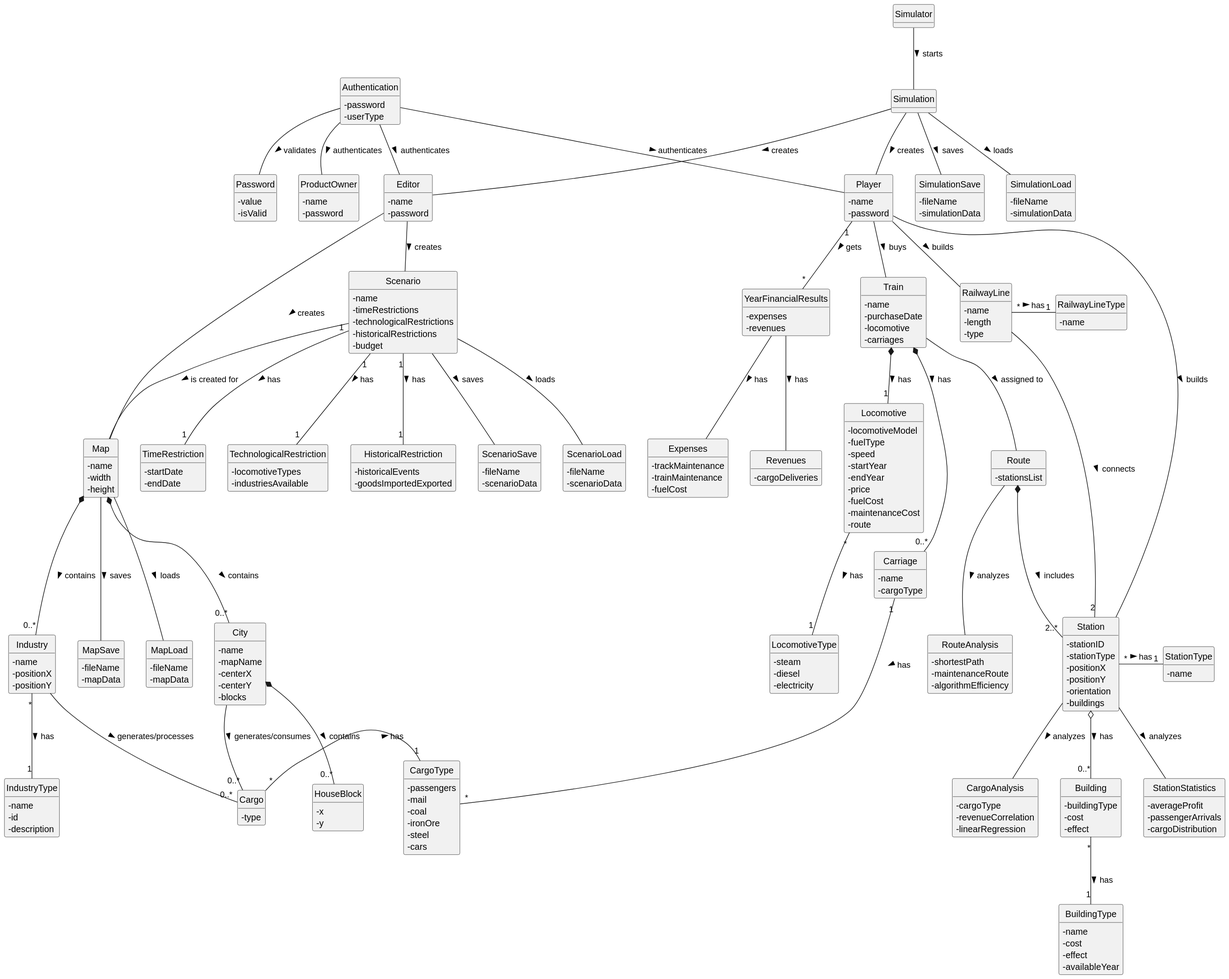
The PlantUML diagram docs/sprint3/global-artifacts/02.analysis/svg/project-domain-model.svg in ivasduarte/all-aboard, before a commit. Its diagram source:
```plantuml
@startuml
skinparam classAttributeIconSize 0
skinparam monochrome true
skinparam packageStyle rectangle
skinparam shadowing false

hide circle
hide methods

class Authentication {
    - password
    - userType
}

class Password {
    - value
    - isValid
}

class Editor {
    - name
    - password
}

class Player {
    - name
    - password
}

class ProductOwner {
    - name
    - password
}

class Simulator {
}

class Simulation {
}

class SimulationSave {
    - fileName
    - simulationData
}

class SimulationLoad {
    - fileName
    - simulationData
}

class MapSave {
    - fileName
    - mapData
}

class MapLoad {
    - fileName
    - mapData
}

class ScenarioSave {
    - fileName
    - scenarioData
}

class ScenarioLoad {
    - fileName
    - scenarioData
}

class Map {
    - name
    - width
    - height
}

class City {
    - name
    - mapName
    - centerX
    - centerY
    - blocks
}

class HouseBlock {
    - x
    - y
}

class Industry {
    - name
    - positionX
    - positionY
}

class IndustryType {
    - name
    - id
    - description
}

class Scenario {
    - name
    - timeRestrictions
    - technologicalRestrictions
    - historicalRestrictions
    - budget
}

class TimeRestriction {
    - startDate
    - endDate
}

class TechnologicalRestriction {
    - locomotiveTypes
    - industriesAvailable
}

class HistoricalRestriction {
    - historicalEvents
    - goodsImportedExported
}

class Station {
    - stationID
    - stationType
    - positionX
    - positionY
    - orientation
    - buildings
}

class StationType {
    - name
}

class Building {
    - buildingType
    - cost
    - effect
}

class BuildingType {
    - name
    - cost
    - effect
    - availableYear
}

class Cargo {
    - type
}

class CargoType {
    - passengers
    - mail
    - coal
    - ironOre
    - steel
    - cars
}

class Route {
    - stationsList
}

class RailwayLine {
    - name
    - length
    - type
}

class RailwayLineType {
    - name
}

class Train {
    - name
    - purchaseDate
    - locomotive
    - carriages
}

class Locomotive {
    - locomotiveModel
    - fuelType
    - speed
    - startYear
    - endYear
    - price
    - fuelCost
    - maintenanceCost
    - route
}

class LocomotiveType {
    - steam
    - diesel
    - electricity
}

class Carriage {
    - name
    - cargoType
}

class YearFinancialResults {
    - expenses
    - revenues
}

class Expenses {
    - trackMaintenance
    - trainMaintenance
    - fuelCost
}

class Revenues {
    - cargoDeliveries
}

class StationStatistics {
    - averageProfit
    - passengerArrivals
    - cargoDistribution
}

class CargoAnalysis {
    - cargoType
    - revenueCorrelation
    - linearRegression
}

class RouteAnalysis {
    - shortestPath
    - maintenanceRoute
    - algorithmEfficiency
}

Authentication -- Password : validates >
Authentication -- Editor : authenticates >
Authentication -- Player : authenticates >
Authentication -- ProductOwner : authenticates >

Simulator -- Simulation : starts >

Editor -- Map : creates >
Editor -- Scenario : creates >
Map *-- "0..*" City : contains >
Map *-- "0..*" Industry : contains >
Scenario -- Map : is created for >

City *-- "0..*" HouseBlock : contains >

Station o-- "0..*" Building : has >
Building "*" -- "1" BuildingType : has >

RailwayLine -- "2" Station : connects >

Player -- Station : builds >
Player -- RailwayLine : builds >
Player -- Train : buys >
Player "1" -- "*" YearFinancialResults : gets >

YearFinancialResults -- Expenses : has >
YearFinancialResults -- Revenues : has >

Simulation -- Player: creates >
Simulation -- Editor: creates >

Train *-- "1" Locomotive : has >
Locomotive "*" -- "1" LocomotiveType : has >
Carriage "1" - "*" CargoType : has >
Train *-- "0..*" Carriage : has >
Train -- Route : assigned to >
Route *-- "2..*" Station : includes >

City -- "0..*" Cargo : generates/consumes >
Industry -- "0..*" Cargo : generates/processes >

Cargo "*" - "1" CargoType : has >

Scenario "1" -- "1" TimeRestriction : has >
Scenario "1" -- "1" TechnologicalRestriction : has >
Scenario "1" -- "1" HistoricalRestriction : has >

Industry "*" -- "1" IndustryType : has >
Station "*" - "1" StationType : has >
RailwayLine "*" - "1" RailwayLineType : has >

Simulation -- SimulationSave : saves >
Simulation -- SimulationLoad : loads >
Map -- MapSave : saves >
Map -- MapLoad : loads >
Scenario -- ScenarioSave : saves >
Scenario -- ScenarioLoad : loads >

Station -- StationStatistics : analyzes >
Station -- CargoAnalysis : analyzes >
Route -- RouteAnalysis : analyzes >
@enduml
```
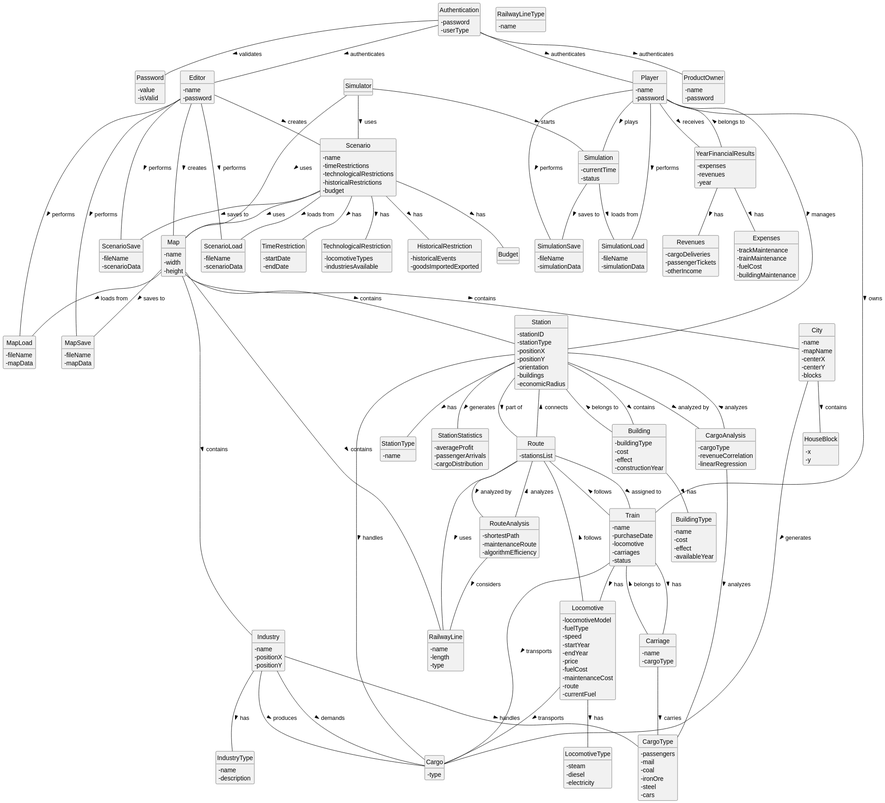
The same file after the commit.

Commit message:
(docs): updated project domain model

Change to the diagram source:
```diff
@@ -10,32 +10,53 @@
 class Authentication {
     - password
     - userType
+    + validateUser()
+    + authenticate()
 }
 
 class Password {
     - value
     - isValid
+    + validate()
+    + encrypt()
 }
 
 class Editor {
     - name
     - password
+    + createMap()
+    + createScenario()
+    + saveMap()
+    + loadMap()
 }
 
 class Player {
     - name
     - password
+    + playSimulation()
+    + saveSimulation()
+    + loadSimulation()
 }
 
 class ProductOwner {
     - name
     - password
+    + definePriorities()
+    + validateRequirements()
 }
 
 class Simulator {
+    + startSimulation()
+    + pauseSimulation()
+    + stopSimulation()
 }
 
 class Simulation {
+    - currentTime
+    - status
+    + update()
+    + saveState()
+    + loadState()
 }
 
 class SimulationSave {
@@ -95,7 +116,6 @@
 
 class IndustryType {
     - name
-    - id
     - description
 }
 
@@ -129,6 +149,9 @@
     - positionY
     - orientation
     - buildings
+    - economicRadius
+    + calculateStatistics()
+    + updateCargoDistribution()
 }
 
 class StationType {
@@ -139,6 +162,9 @@
     - buildingType
     - cost
     - effect
+    - constructionYear
+    + calculateMaintenanceCost()
+    + applyEffect()
 }
 
 class BuildingType {
@@ -180,6 +206,9 @@
     - purchaseDate
     - locomotive
     - carriages
+    - status
+    + calculateMaintenanceCost()
+    + updatePosition()
 }
 
 class Locomotive {
@@ -192,6 +221,9 @@
     - fuelCost
     - maintenanceCost
     - route
+    - currentFuel
+    + calculateFuelConsumption()
+    + checkMaintenance()
 }
 
 class LocomotiveType {
@@ -208,16 +240,24 @@
 class YearFinancialResults {
     - expenses
     - revenues
+    - year
+    + calculateProfit()
+    + generateReport()
 }
 
 class Expenses {
     - trackMaintenance
     - trainMaintenance
     - fuelCost
+    - buildingMaintenance
+    + calculateTotal()
 }
 
 class Revenues {
     - cargoDeliveries
+    - passengerTickets
+    - otherIncome
+    + calculateTotal()
 }
 
 class StationStatistics {
@@ -244,59 +284,82 @@
 Authentication -- ProductOwner : authenticates >
 
 Simulator -- Simulation : starts >
+Simulator -- Map : uses >
+Simulator -- Scenario : uses >
 
 Editor -- Map : creates >
 Editor -- Scenario : creates >
-Map *-- "0..*" City : contains >
-Map *-- "0..*" Industry : contains >
-Scenario -- Map : is created for >
+Editor -- MapSave : performs >
+Editor -- MapLoad : performs >
+Editor -- ScenarioSave : performs >
+Editor -- ScenarioLoad : performs >
 
-City *-- "0..*" HouseBlock : contains >
+Player -- Simulation : plays >
+Player -- SimulationSave : performs >
+Player -- SimulationLoad : performs >
+Player -- Train : owns >
+Player -- Station : manages >
+Player -- YearFinancialResults : receives >
 
-Station o-- "0..*" Building : has >
-Building "*" -- "1" BuildingType : has >
+Map -- City : contains >
+Map -- Industry : contains >
+Map -- Station : contains >
+Map -- RailwayLine : contains >
 
-RailwayLine -- "2" Station : connects >
+City -- HouseBlock : contains >
+City -- Cargo : generates >
 
-Player -- Station : builds >
-Player -- RailwayLine : builds >
-Player -- Train : buys >
-Player "1" -- "*" YearFinancialResults : gets >
+Industry -- IndustryType : has >
+Industry -- Cargo : produces >
+Industry -- Cargo : demands >
+Industry -- CargoType : handles >
+
+Scenario -- TimeRestriction : has >
+Scenario -- TechnologicalRestriction : has >
+Scenario -- HistoricalRestriction : has >
+Scenario -- Budget : has >
+Scenario -- Map : uses >
+
+Station -- StationType : has >
+Station -- Building : contains >
+Station -- Cargo : handles >
+Station -- StationStatistics : generates >
+Station -- CargoAnalysis : analyzed by >
+Station -- Route : part of >
+
+Building -- BuildingType : has >
+Building -- Station : belongs to >
+
+Route -- Station : connects >
+Route -- RailwayLine : uses >
+Route -- RouteAnalysis : analyzed by >
+Route -- Train : assigned to >
+
+Train -- Locomotive : has >
+Train -- Carriage : has >
+Train -- Route : follows >
+Train -- Cargo : transports >
+
+Locomotive -- LocomotiveType : has >
+Locomotive -- Cargo : transports >
+Locomotive -- Route : follows >
+
+Carriage -- CargoType : carries >
+Carriage -- Train : belongs to >
 
 YearFinancialResults -- Expenses : has >
 YearFinancialResults -- Revenues : has >
+YearFinancialResults -- Player : belongs to >
 
-Simulation -- Player: creates >
-Simulation -- Editor: creates >
+CargoAnalysis -- CargoType : analyzes >
+CargoAnalysis -- Station : analyzes >
+RouteAnalysis -- Route : analyzes >
+RouteAnalysis -- RailwayLine : considers >
 
-Train *-- "1" Locomotive : has >
-Locomotive "*" -- "1" LocomotiveType : has >
-Carriage "1" - "*" CargoType : has >
-Train *-- "0..*" Carriage : has >
-Train -- Route : assigned to >
-Route *-- "2..*" Station : includes >
-
-City -- "0..*" Cargo : generates/consumes >
-Industry -- "0..*" Cargo : generates/processes >
-
-Cargo "*" - "1" CargoType : has >
-
-Scenario "1" -- "1" TimeRestriction : has >
-Scenario "1" -- "1" TechnologicalRestriction : has >
-Scenario "1" -- "1" HistoricalRestriction : has >
-
-Industry "*" -- "1" IndustryType : has >
-Station "*" - "1" StationType : has >
-RailwayLine "*" - "1" RailwayLineType : has >
-
-Simulation -- SimulationSave : saves >
-Simulation -- SimulationLoad : loads >
-Map -- MapSave : saves >
-Map -- MapLoad : loads >
-Scenario -- ScenarioSave : saves >
-Scenario -- ScenarioLoad : loads >
-
-Station -- StationStatistics : analyzes >
-Station -- CargoAnalysis : analyzes >
-Route -- RouteAnalysis : analyzes >
+Simulation -- SimulationSave : saves to >
+Simulation -- SimulationLoad : loads from >
+Map -- MapSave : saves to >
+Map -- MapLoad : loads from >
+Scenario -- ScenarioSave : saves to >
+Scenario -- ScenarioLoad : loads from >
 @enduml
```
